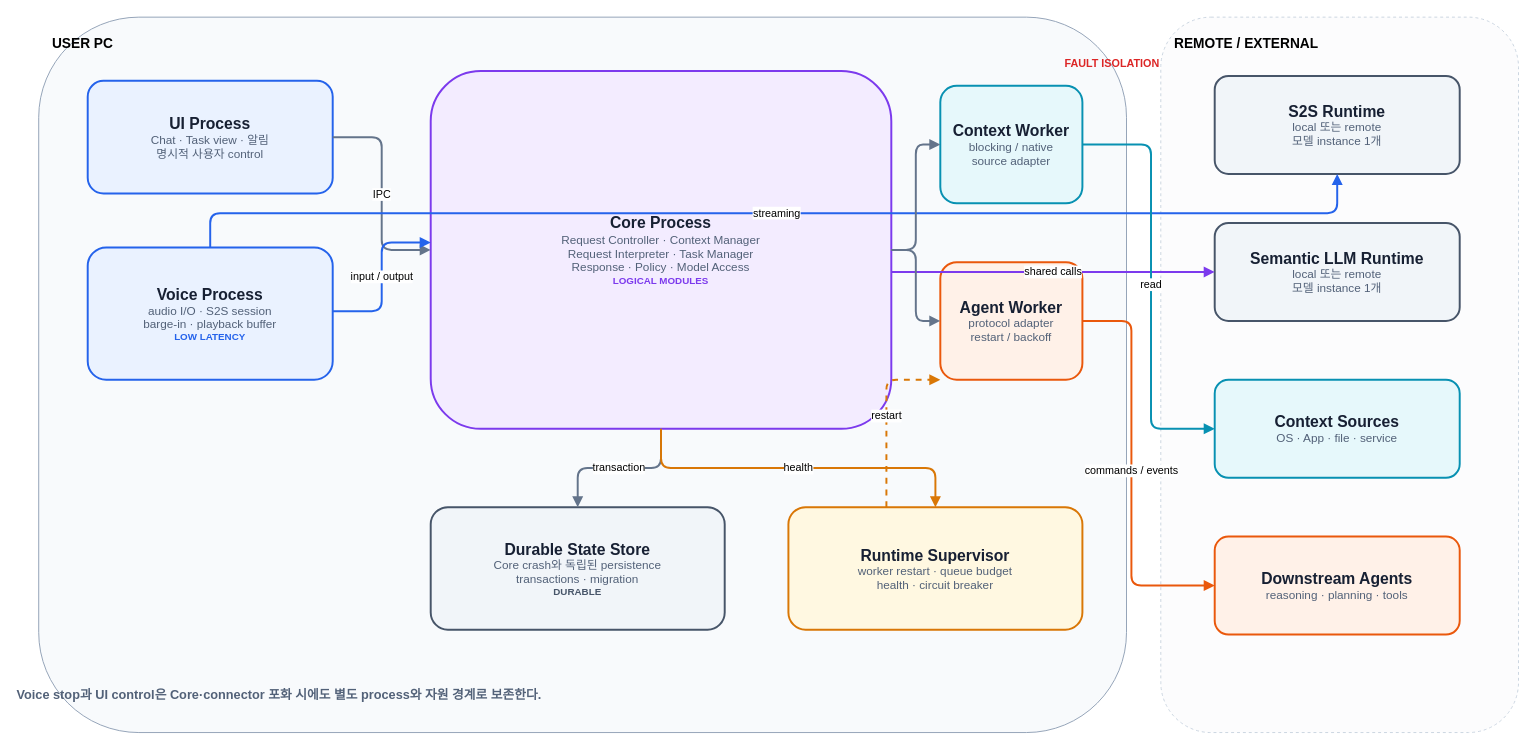
Before: docs/architecture/12-decisions/target-architecture/diagrams/06-runtime-and-fault-boundaries.drawio in cbyche/via-sw-architecture, a draw.io diagram. Source tidied: cells renumbered, new cells numbered last; positions are measured from the earlier drawing's top-left corner, leaving out a move shared by most shapes. Both pictures are drawn from the tidied source at 98%, with x=0, y=0 at pixel (38, 17).
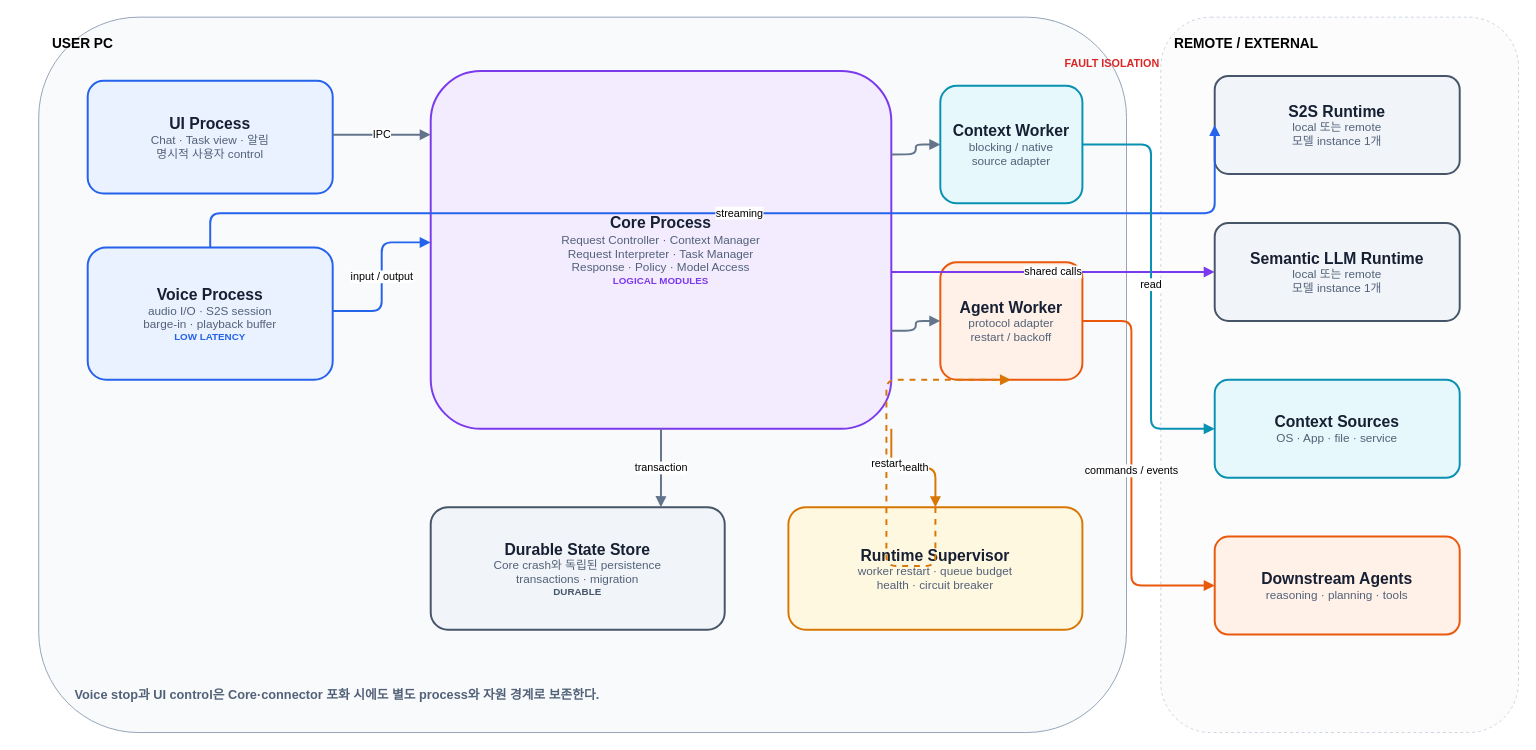
The same diagram, later.

The change refers to these unchanged cells:
```xml
<mxCell id="4" value="&lt;div style='font-size:16px;font-weight:bold'&gt;UI Process&lt;/div&gt;&lt;div style='font-size:12px;color:#526178'&gt;Chat · Task view · 알림&lt;/div&gt;&lt;div style='font-size:12px;color:#526178'&gt;명시적 사용자 control&lt;/div&gt;" style="shape=rectangle;rounded=1;whiteSpace=wrap;html=1;fillColor=#EAF2FF;strokeColor=#2563EB;strokeWidth=2;fontColor=#172033;dashed=0;arcSize=14;spacing=10;" parent="1" vertex="1">
  <mxGeometry x="50" y="65" width="250" height="115" as="geometry" />
</mxCell>
<mxCell id="5" value="&lt;div style='font-size:16px;font-weight:bold'&gt;Voice Process&lt;/div&gt;&lt;div style='font-size:12px;color:#526178'&gt;audio I/O · S2S session&lt;/div&gt;&lt;div style='font-size:12px;color:#526178'&gt;barge-in · playback buffer&lt;/div&gt;&lt;div style='font-size:10px;color:#2563EB;font-weight:bold'&gt;LOW LATENCY&lt;/div&gt;" style="shape=rectangle;rounded=1;whiteSpace=wrap;html=1;fillColor=#EAF2FF;strokeColor=#2563EB;strokeWidth=2;fontColor=#172033;dashed=0;arcSize=14;spacing=10;" parent="1" vertex="1">
  <mxGeometry x="50" y="235" width="250" height="135" as="geometry" />
</mxCell>
<mxCell id="6" value="&lt;div style='font-size:16px;font-weight:bold'&gt;Core Process&lt;/div&gt;&lt;div style='font-size:12px;color:#526178'&gt;Request Controller · Context Manager&lt;/div&gt;&lt;div style='font-size:12px;color:#526178'&gt;Request Interpreter · Task Manager&lt;/div&gt;&lt;div style='font-size:12px;color:#526178'&gt;Response · Policy · Model Access&lt;/div&gt;&lt;div style='font-size:10px;color:#7C3AED;font-weight:bold'&gt;LOGICAL MODULES&lt;/div&gt;" style="shape=rectangle;rounded=1;whiteSpace=wrap;html=1;fillColor=#F3ECFF;strokeColor=#7C3AED;strokeWidth=2;fontColor=#172033;dashed=0;arcSize=14;spacing=10;" parent="1" vertex="1">
  <mxGeometry x="400" y="55" width="470" height="365" as="geometry" />
</mxCell>
<mxCell id="7" value="&lt;div style='font-size:16px;font-weight:bold'&gt;Context Worker&lt;/div&gt;&lt;div style='font-size:12px;color:#526178'&gt;blocking / native&lt;/div&gt;&lt;div style='font-size:12px;color:#526178'&gt;source adapter&lt;/div&gt;" style="shape=rectangle;rounded=1;whiteSpace=wrap;html=1;fillColor=#E6F8FB;strokeColor=#0891B2;strokeWidth=2;fontColor=#172033;dashed=0;arcSize=14;spacing=10;" parent="1" vertex="1">
  <mxGeometry x="920" y="70" width="145" height="120" as="geometry" />
</mxCell>
<mxCell id="8" value="&lt;div style='font-size:16px;font-weight:bold'&gt;Agent Worker&lt;/div&gt;&lt;div style='font-size:12px;color:#526178'&gt;protocol adapter&lt;/div&gt;&lt;div style='font-size:12px;color:#526178'&gt;restart / backoff&lt;/div&gt;" style="shape=rectangle;rounded=1;whiteSpace=wrap;html=1;fillColor=#FFF1E8;strokeColor=#EA580C;strokeWidth=2;fontColor=#172033;dashed=0;arcSize=14;spacing=10;" parent="1" vertex="1">
  <mxGeometry x="920" y="250" width="145" height="120" as="geometry" />
</mxCell>
<mxCell id="9" value="&lt;div style='font-size:16px;font-weight:bold'&gt;Durable State Store&lt;/div&gt;&lt;div style='font-size:12px;color:#526178'&gt;Core crash와 독립된 persistence&lt;/div&gt;&lt;div style='font-size:12px;color:#526178'&gt;transactions · migration&lt;/div&gt;&lt;div style='font-size:10px;color:#475569;font-weight:bold'&gt;DURABLE&lt;/div&gt;" style="shape=rectangle;rounded=1;whiteSpace=wrap;html=1;fillColor=#F1F5F9;strokeColor=#475569;strokeWidth=2;fontColor=#172033;dashed=0;arcSize=14;spacing=10;" parent="1" vertex="1">
  <mxGeometry x="400" y="500" width="300" height="125" as="geometry" />
</mxCell>
<mxCell id="10" value="&lt;div style='font-size:16px;font-weight:bold'&gt;Runtime Supervisor&lt;/div&gt;&lt;div style='font-size:12px;color:#526178'&gt;worker restart · queue budget&lt;/div&gt;&lt;div style='font-size:12px;color:#526178'&gt;health · circuit breaker&lt;/div&gt;" style="shape=rectangle;rounded=1;whiteSpace=wrap;html=1;fillColor=#FFF8E1;strokeColor=#D97706;strokeWidth=2;fontColor=#172033;dashed=0;arcSize=14;spacing=10;" parent="1" vertex="1">
  <mxGeometry x="765" y="500" width="300" height="125" as="geometry" />
</mxCell>
<mxCell id="11" value="&lt;div style='font-size:16px;font-weight:bold'&gt;S2S Runtime&lt;/div&gt;&lt;div style='font-size:12px;color:#526178'&gt;local 또는 remote&lt;/div&gt;&lt;div style='font-size:12px;color:#526178'&gt;모델 instance 1개&lt;/div&gt;" style="shape=rectangle;rounded=1;whiteSpace=wrap;html=1;fillColor=#F1F5F9;strokeColor=#475569;strokeWidth=2;fontColor=#172033;dashed=0;arcSize=14;spacing=10;" parent="1" vertex="1">
  <mxGeometry x="1200" y="60" width="250" height="100" as="geometry" />
</mxCell>
<mxCell id="12" value="&lt;div style='font-size:16px;font-weight:bold'&gt;Semantic LLM Runtime&lt;/div&gt;&lt;div style='font-size:12px;color:#526178'&gt;local 또는 remote&lt;/div&gt;&lt;div style='font-size:12px;color:#526178'&gt;모델 instance 1개&lt;/div&gt;" style="shape=rectangle;rounded=1;whiteSpace=wrap;html=1;fillColor=#F1F5F9;strokeColor=#475569;strokeWidth=2;fontColor=#172033;dashed=0;arcSize=14;spacing=10;" parent="1" vertex="1">
  <mxGeometry x="1200" y="210" width="250" height="100" as="geometry" />
</mxCell>
<mxCell id="13" value="&lt;div style='font-size:16px;font-weight:bold'&gt;Context Sources&lt;/div&gt;&lt;div style='font-size:12px;color:#526178'&gt;OS · App · file · service&lt;/div&gt;" style="shape=rectangle;rounded=1;whiteSpace=wrap;html=1;fillColor=#E6F8FB;strokeColor=#0891B2;strokeWidth=2;fontColor=#172033;dashed=0;arcSize=14;spacing=10;" parent="1" vertex="1">
  <mxGeometry x="1200" y="370" width="250" height="100" as="geometry" />
</mxCell>
<mxCell id="14" value="&lt;div style='font-size:16px;font-weight:bold'&gt;Downstream Agents&lt;/div&gt;&lt;div style='font-size:12px;color:#526178'&gt;reasoning · planning · tools&lt;/div&gt;" style="shape=rectangle;rounded=1;whiteSpace=wrap;html=1;fillColor=#FFF1E8;strokeColor=#EA580C;strokeWidth=2;fontColor=#172033;dashed=0;arcSize=14;spacing=10;" parent="1" vertex="1">
  <mxGeometry x="1200" y="530" width="250" height="100" as="geometry" />
</mxCell>
```

Change to the diagram source:
```diff
@@
-    <mxCell id="15" value="IPC" style="edgeStyle=orthogonalEdgeStyle;rounded=1;jettySize=auto;html=1;strokeColor=#64748B;strokeWidth=2;dashed=0;endArrow=block;endFill=1;fontSize=11;labelBackgroundColor=#FFFFFF;" parent="1" edge="1" source="4" target="6">
+    <mxCell id="15" value="IPC" style="edgeStyle=orthogonalEdgeStyle;rounded=1;jettySize=auto;html=1;strokeColor=#64748B;strokeWidth=2;dashed=0;startArrow=none;startFill=1;endArrow=block;endFill=1;exitX=1.000;exitY=0.478;entryX=0.000;entryY=0.178;exitPerimeter=1;entryPerimeter=1;fontSize=11;labelBackgroundColor=#FFFFFF;" parent="1" edge="1" source="4" target="6">
       <mxGeometry relative="1" as="geometry" />
     </mxCell>
-    <mxCell id="16" value="input / output" style="edgeStyle=orthogonalEdgeStyle;rounded=1;jettySize=auto;html=1;strokeColor=#2563EB;strokeWidth=2;dashed=0;endArrow=block;endFill=1;fontSize=11;labelBackgroundColor=#FFFFFF;" parent="1" edge="1" source="5" target="6">
+    <mxCell id="16" value="input / output" style="edgeStyle=orthogonalEdgeStyle;rounded=1;jettySize=auto;html=1;strokeColor=#2563EB;strokeWidth=2;dashed=0;startArrow=none;startFill=1;endArrow=block;endFill=1;exitX=1.000;exitY=0.481;entryX=0.000;entryY=0.479;exitPerimeter=1;entryPerimeter=1;fontSize=11;labelBackgroundColor=#FFFFFF;" parent="1" edge="1" source="5" target="6">
       <mxGeometry relative="1" as="geometry">
         <Array as="points">
           <mxPoint x="350" y="300" />
           <mxPoint x="350" y="230" />
         </Array>
       </mxGeometry>
     </mxCell>
-    <mxCell id="17" value="streaming" style="edgeStyle=orthogonalEdgeStyle;rounded=1;jettySize=auto;html=1;strokeColor=#2563EB;strokeWidth=2;dashed=0;endArrow=block;endFill=1;fontSize=11;labelBackgroundColor=#FFFFFF;" parent="1" edge="1" source="5" target="11">
+    <mxCell id="17" value="streaming" style="edgeStyle=orthogonalEdgeStyle;rounded=1;jettySize=auto;html=1;strokeColor=#2563EB;strokeWidth=2;dashed=0;startArrow=none;startFill=1;endArrow=block;endFill=1;exitX=0.500;exitY=0.000;entryX=0.000;entryY=0.500;exitPerimeter=1;entryPerimeter=1;fontSize=11;labelBackgroundColor=#FFFFFF;" parent="1" edge="1" source="5" target="11">
       <mxGeometry relative="1" as="geometry">
         <Array as="points">
           <mxPoint x="175" y="200" />
         </Array>
       </mxGeometry>
     </mxCell>
-    <mxCell id="18" value="shared calls" style="edgeStyle=orthogonalEdgeStyle;rounded=1;jettySize=auto;html=1;strokeColor=#7C3AED;strokeWidth=2;dashed=0;endArrow=block;endFill=1;fontSize=11;labelBackgroundColor=#FFFFFF;" parent="1" edge="1" source="6" target="12">
+    <mxCell id="18" value="shared calls" style="edgeStyle=orthogonalEdgeStyle;rounded=1;jettySize=auto;html=1;strokeColor=#7C3AED;strokeWidth=2;dashed=0;startArrow=none;startFill=1;endArrow=block;endFill=1;exitX=1.000;exitY=0.562;entryX=0.000;entryY=0.500;exitPerimeter=1;entryPerimeter=1;fontSize=11;labelBackgroundColor=#FFFFFF;" parent="1" edge="1" source="6" target="12">
       <mxGeometry relative="1" as="geometry">
         <Array as="points">
           <mxPoint x="1135" y="260" />
           <mxPoint x="1135" y="260" />
         </Array>
       </mxGeometry>
     </mxCell>
-    <mxCell id="19" style="edgeStyle=orthogonalEdgeStyle;rounded=1;jettySize=auto;html=1;strokeColor=#64748B;strokeWidth=2;dashed=0;endArrow=block;endFill=1;fontSize=11;labelBackgroundColor=#FFFFFF;" parent="1" edge="1" source="6" target="7">
+    <mxCell id="19" style="edgeStyle=orthogonalEdgeStyle;rounded=1;jettySize=auto;html=1;strokeColor=#64748B;strokeWidth=2;dashed=0;startArrow=none;startFill=1;endArrow=block;endFill=1;exitX=1.000;exitY=0.233;entryX=0.000;entryY=0.500;exitPerimeter=1;entryPerimeter=1;fontSize=11;labelBackgroundColor=#FFFFFF;" parent="1" edge="1" source="6" target="7">
       <mxGeometry relative="1" as="geometry" />
     </mxCell>
-    <mxCell id="20" style="edgeStyle=orthogonalEdgeStyle;rounded=1;jettySize=auto;html=1;strokeColor=#64748B;strokeWidth=2;dashed=0;endArrow=block;endFill=1;fontSize=11;labelBackgroundColor=#FFFFFF;" parent="1" edge="1" source="6" target="8">
+    <mxCell id="20" style="edgeStyle=orthogonalEdgeStyle;rounded=1;jettySize=auto;html=1;strokeColor=#64748B;strokeWidth=2;dashed=0;startArrow=none;startFill=1;endArrow=block;endFill=1;exitX=1.000;exitY=0.726;entryX=0.000;entryY=0.500;exitPerimeter=1;entryPerimeter=1;fontSize=11;labelBackgroundColor=#FFFFFF;" parent="1" edge="1" source="6" target="8">
       <mxGeometry relative="1" as="geometry" />
     </mxCell>
-    <mxCell id="21" value="read" style="edgeStyle=orthogonalEdgeStyle;rounded=1;jettySize=auto;html=1;strokeColor=#0891B2;strokeWidth=2;dashed=0;endArrow=block;endFill=1;fontSize=11;labelBackgroundColor=#FFFFFF;" parent="1" edge="1" source="7" target="13">
+    <mxCell id="21" value="read" style="edgeStyle=orthogonalEdgeStyle;rounded=1;jettySize=auto;html=1;strokeColor=#0891B2;strokeWidth=2;dashed=0;startArrow=none;startFill=1;endArrow=block;endFill=1;exitX=1.000;exitY=0.500;entryX=0.000;entryY=0.500;exitPerimeter=1;entryPerimeter=1;fontSize=11;labelBackgroundColor=#FFFFFF;" parent="1" edge="1" source="7" target="13">
       <mxGeometry relative="1" as="geometry">
         <Array as="points">
           <mxPoint x="1135" y="130" />
           <mxPoint x="1135" y="420" />
         </Array>
       </mxGeometry>
     </mxCell>
-    <mxCell id="22" value="commands / events" style="edgeStyle=orthogonalEdgeStyle;rounded=1;jettySize=auto;html=1;strokeColor=#EA580C;strokeWidth=2;dashed=0;endArrow=block;endFill=1;fontSize=11;labelBackgroundColor=#FFFFFF;" parent="1" edge="1" source="8" target="14">
+    <mxCell id="22" value="commands / events" style="edgeStyle=orthogonalEdgeStyle;rounded=1;jettySize=auto;html=1;strokeColor=#EA580C;strokeWidth=2;dashed=0;startArrow=none;startFill=1;endArrow=block;endFill=1;exitX=1.000;exitY=0.500;entryX=0.000;entryY=0.500;exitPerimeter=1;entryPerimeter=1;fontSize=11;labelBackgroundColor=#FFFFFF;" parent="1" edge="1" source="8" target="14">
       <mxGeometry relative="1" as="geometry">
         <Array as="points">
           <mxPoint x="1115" y="310" />
           <mxPoint x="1115" y="580" />
         </Array>
       </mxGeometry>
     </mxCell>
-    <mxCell id="23" value="transaction" style="edgeStyle=orthogonalEdgeStyle;rounded=1;jettySize=auto;html=1;strokeColor=#64748B;strokeWidth=2;dashed=0;endArrow=block;endFill=1;fontSize=11;labelBackgroundColor=#FFFFFF;" parent="1" edge="1" source="6" target="9">
+    <mxCell id="23" value="transaction" style="edgeStyle=orthogonalEdgeStyle;rounded=1;jettySize=auto;html=1;strokeColor=#64748B;strokeWidth=2;dashed=0;startArrow=none;startFill=1;endArrow=block;endFill=1;exitX=0.500;exitY=1.000;entryX=0.783;entryY=0.000;exitPerimeter=1;entryPerimeter=1;fontSize=11;labelBackgroundColor=#FFFFFF;" parent="1" edge="1" source="6" target="9">
       <mxGeometry relative="1" as="geometry" />
     </mxCell>
-    <mxCell id="24" value="health" style="edgeStyle=orthogonalEdgeStyle;rounded=1;jettySize=auto;html=1;strokeColor=#D97706;strokeWidth=2;dashed=0;endArrow=block;endFill=1;fontSize=11;labelBackgroundColor=#FFFFFF;" parent="1" edge="1" source="6" target="10">
+    <mxCell id="24" value="health" style="edgeStyle=orthogonalEdgeStyle;rounded=1;jettySize=auto;html=1;strokeColor=#D97706;strokeWidth=2;dashed=0;startArrow=none;startFill=1;endArrow=block;endFill=1;exitX=1.000;exitY=1.000;entryX=0.500;entryY=0.000;exitPerimeter=1;entryPerimeter=1;fontSize=11;labelBackgroundColor=#FFFFFF;" parent="1" edge="1" source="6" target="10">
       <mxGeometry relative="1" as="geometry" />
     </mxCell>
-    <mxCell id="25" value="restart" style="edgeStyle=orthogonalEdgeStyle;rounded=1;jettySize=auto;html=1;strokeColor=#D97706;strokeWidth=2;dashed=1;endArrow=block;endFill=1;fontSize=11;labelBackgroundColor=#FFFFFF;" parent="1" edge="1" source="10" target="8">
+    <mxCell id="25" value="restart" style="edgeStyle=orthogonalEdgeStyle;rounded=1;jettySize=auto;html=1;strokeColor=#D97706;strokeWidth=2;dashed=1;startArrow=none;startFill=1;endArrow=block;endFill=1;exitX=0.500;exitY=0.480;entryX=0.497;entryY=1.000;exitPerimeter=1;entryPerimeter=1;fontSize=11;labelBackgroundColor=#FFFFFF;" parent="1" edge="1" source="10" target="8">
       <mxGeometry relative="1" as="geometry">
         <Array as="points">
           <mxPoint x="865" y="560" />
           <mxPoint x="865" y="370" />
         </Array>
       </mxGeometry>
     </mxCell>
-    <mxCell id="26" value="FAULT ISOLATION" style="text;html=1;strokeColor=none;fillColor=none;align=middle;fontSize=11;fontColor=#DC2626;fontStyle=1;" parent="1" vertex="1">
+    <mxCell id="26" value="FAULT ISOLATION" style="text;html=1;strokeColor=none;fillColor=none;align=center;fontSize=11;fontColor=#DC2626;fontStyle=1;" parent="1" vertex="1">
       <mxGeometry x="885" y="34" width="420" height="23" as="geometry" />
     </mxCell>
-    <mxCell id="27" value="Voice stop과 UI control은 Core·connector 포화 시에도 별도 process와 자원 경계로 보존한다." style="text;html=1;strokeColor=none;fillColor=none;align=start;fontSize=13;fontColor=#526178;fontStyle=1;" parent="1" vertex="1">
+    <mxCell id="27" value="Voice stop과 UI control은 Core·connector 포화 시에도 별도 process와 자원 경계로 보존한다." style="text;html=1;strokeColor=none;fillColor=none;align=left;fontSize=13;fontColor=#526178;fontStyle=1;" parent="1" vertex="1">
       <mxGeometry x="35" y="677" width="420" height="25" as="geometry" />
     </mxCell>
```
